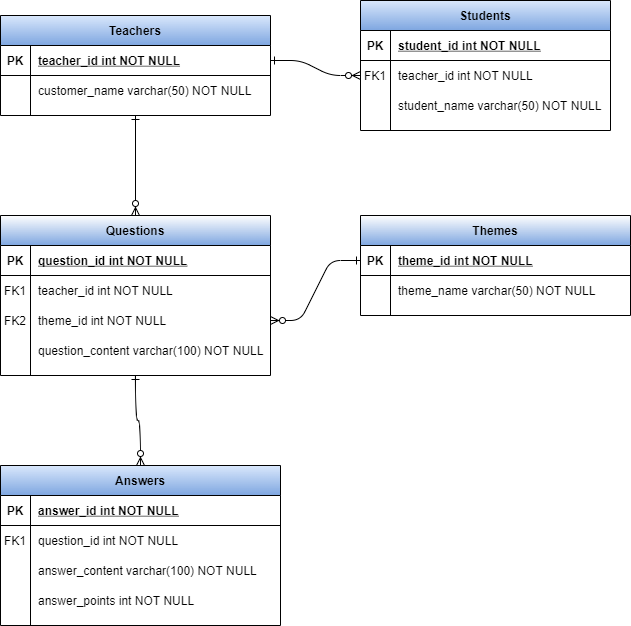
Above: database/Logic-model.png in AdriLorenz/School-chamber (draw.io), before the change. Source tidied: cells renumbered, new cells last; positions are measured from the earlier drawing's top-left corner, leaving out a move shared by most shapes.
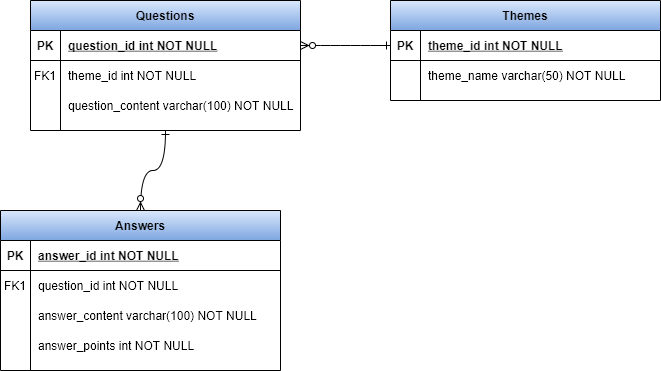
Above is the later version.

What changed in the source:
```diff
@@ -2,41 +2,8 @@
   <root>
     <mxCell id="0" />
     <mxCell id="1" parent="0" />
-    <mxCell id="2" style="edgeStyle=entityRelationEdgeStyle;endArrow=ERzeroToMany;startArrow=ERone;endFill=1;startFill=0;exitX=1;exitY=0.5;exitDx=0;exitDy=0;" parent="1" edge="1" source="27" target="7">
-      <mxGeometry relative="1" as="geometry" />
-    </mxCell>
-    <mxCell id="3" value="Students" style="shape=table;startSize=30;rowLines=0;fontStyle=1;align=center;fillColor=#dae8fc;strokeColor=default;gradientColor=#7ea6e0;" parent="1" vertex="1">
-      <mxGeometry x="360" width="250" height="130" as="geometry" />
-    </mxCell>
-    <mxCell id="4" style="shape=partialRectangle;fillColor=none;top=0;left=0;right=0;bottom=1;" parent="3" vertex="1">
-      <mxGeometry y="30" width="250" height="30" as="geometry" />
-    </mxCell>
-    <mxCell id="5" value="PK" style="shape=partialRectangle;overflow=hidden;fillColor=none;top=0;left=0;bottom=0;right=0;fontStyle=1;" parent="4" vertex="1">
-      <mxGeometry width="30" height="30" as="geometry" />
-    </mxCell>
-    <mxCell id="6" value="student_id int NOT NULL " style="shape=partialRectangle;overflow=hidden;fillColor=none;top=0;left=0;bottom=0;right=0;align=left;spacingLeft=6;fontStyle=5;" parent="4" vertex="1">
-      <mxGeometry x="30" width="220" height="30" as="geometry" />
-    </mxCell>
-    <mxCell id="7" style="shape=partialRectangle;fillColor=none;points=[[0,0.5],[1,0.5]];portConstraint=eastwest;top=0;left=0;right=0;bottom=0;" parent="3" vertex="1">
-      <mxGeometry y="60" width="250" height="30" as="geometry" />
-    </mxCell>
-    <mxCell id="8" value="FK1" style="shape=partialRectangle;overflow=hidden;fillColor=none;top=0;left=0;bottom=0;right=0;" parent="7" vertex="1">
-      <mxGeometry width="30" height="30" as="geometry" />
-    </mxCell>
-    <mxCell id="9" value="teacher_id int NOT NULL" style="shape=partialRectangle;overflow=hidden;fillColor=none;top=0;left=0;bottom=0;right=0;align=left;spacingLeft=6;" parent="7" vertex="1">
-      <mxGeometry x="30" width="220" height="30" as="geometry" />
-    </mxCell>
-    <mxCell id="10" style="shape=partialRectangle;fillColor=none;top=0;left=0;right=0;bottom=0;" parent="3" vertex="1">
-      <mxGeometry y="90" width="250" height="30" as="geometry" />
-    </mxCell>
-    <mxCell id="11" style="shape=partialRectangle;overflow=hidden;fillColor=none;top=0;left=0;bottom=0;right=0;" parent="10" vertex="1">
-      <mxGeometry width="30" height="30" as="geometry" />
-    </mxCell>
-    <mxCell id="12" value="student_name varchar(50) NOT NULL" style="shape=partialRectangle;overflow=hidden;fillColor=none;top=0;left=0;bottom=0;right=0;align=left;spacingLeft=6;" parent="10" vertex="1">
-      <mxGeometry x="30" width="220" height="30" as="geometry" />
-    </mxCell>
-    <mxCell id="13" value="Questions" style="shape=table;startSize=30;rowLines=0;fontStyle=1;align=center;fillColor=default;gradientColor=#7ea6e0;strokeColor=default;" parent="1" vertex="1">
-      <mxGeometry y="215" width="270" height="160" as="geometry" />
+    <mxCell id="13" value="Questions" style="shape=table;startSize=30;rowLines=0;fontStyle=1;align=center;fillColor=#dae8fc;strokeColor=default;gradientColor=#7ea6e0;fontColor=default;" parent="1" vertex="1">
+      <mxGeometry y="215" width="270" height="130" as="geometry" />
     </mxCell>
     <mxCell id="14" style="shape=partialRectangle;fillColor=none;points=[[0,0.5],[1,0.5]];portConstraint=eastwest;top=0;left=0;right=0;bottom=1;" parent="13" vertex="1">
       <mxGeometry y="30" width="270" height="30" as="geometry" />
@@ -47,26 +14,17 @@
     <mxCell id="16" value="question_id int NOT NULL " style="shape=partialRectangle;overflow=hidden;fillColor=none;top=0;left=0;bottom=0;right=0;align=left;spacingLeft=6;fontStyle=5;" parent="14" vertex="1">
       <mxGeometry x="30" width="240" height="30" as="geometry" />
     </mxCell>
-    <mxCell id="17" style="shape=partialRectangle;fillColor=none;top=0;left=0;right=0;bottom=0;" parent="13" vertex="1">
-      <mxGeometry y="60" width="270" height="30" as="geometry" />
-    </mxCell>
-    <mxCell id="18" value="FK1" style="shape=partialRectangle;overflow=hidden;fillColor=none;top=0;left=0;bottom=0;right=0;" parent="17" vertex="1">
-      <mxGeometry width="30" height="30" as="geometry" />
-    </mxCell>
-    <mxCell id="19" value="teacher_id int NOT NULL" style="shape=partialRectangle;overflow=hidden;fillColor=none;top=0;left=0;bottom=0;right=0;align=left;spacingLeft=6;" parent="17" vertex="1">
-      <mxGeometry x="30" width="240" height="30" as="geometry" />
-    </mxCell>
-    <mxCell id="20" style="shape=partialRectangle;fillColor=none;points=[[0,0.5],[1,0.5]];portConstraint=eastwest;top=0;left=0;right=0;bottom=0;" parent="13" vertex="1">
-      <mxGeometry y="90" width="270" height="30" as="geometry" />
+    <mxCell id="20" style="shape=partialRectangle;fillColor=none;points=[[0,0.5],[1,0.5]];portConstraint=eastwest;top=0;left=0;right=0;bottom=0;strokeColor=default;fontColor=default;" parent="13" vertex="1">
+      <mxGeometry y="60" width="270" height="30" as="geometry" />
     </mxCell>
-    <mxCell id="21" value="FK2" style="shape=partialRectangle;overflow=hidden;fillColor=none;top=0;left=0;bottom=0;right=0;" parent="20" vertex="1">
+    <mxCell id="21" value="FK1" style="shape=partialRectangle;overflow=hidden;fillColor=none;top=0;left=0;bottom=0;right=0;fontColor=default;" parent="20" vertex="1">
       <mxGeometry width="30" height="30" as="geometry" />
     </mxCell>
     <mxCell id="22" value="theme_id int NOT NULL" style="shape=partialRectangle;overflow=hidden;fillColor=none;top=0;left=0;bottom=0;right=0;align=left;spacingLeft=6;" parent="20" vertex="1">
       <mxGeometry x="30" width="240" height="30" as="geometry" />
     </mxCell>
     <mxCell id="23" style="shape=partialRectangle;fillColor=none;top=0;left=0;right=0;bottom=0;" parent="13" vertex="1">
-      <mxGeometry y="120" width="270" height="30" as="geometry" />
+      <mxGeometry y="90" width="270" height="30" as="geometry" />
     </mxCell>
     <mxCell id="24" style="shape=partialRectangle;overflow=hidden;fillColor=none;top=0;left=0;bottom=0;right=0;" parent="23" vertex="1">
       <mxGeometry width="30" height="30" as="geometry" />
@@ -74,31 +32,7 @@
     <mxCell id="25" value="question_content varchar(100) NOT NULL" style="shape=partialRectangle;overflow=hidden;fillColor=none;top=0;left=0;bottom=0;right=0;align=left;spacingLeft=6;" parent="23" vertex="1">
       <mxGeometry x="30" width="240" height="30" as="geometry" />
     </mxCell>
-    <mxCell id="26" value="Teachers" style="shape=table;startSize=30;rowLines=0;fontStyle=1;align=center;fillColor=#dae8fc;gradientColor=#7ea6e0;strokeColor=default;" parent="1" vertex="1">
-      <mxGeometry y="15" width="270" height="100" as="geometry" />
-    </mxCell>
-    <mxCell id="27" style="shape=partialRectangle;fillColor=none;points=[[0,0.5],[1,0.5]];portConstraint=eastwest;top=0;left=0;right=0;bottom=1;" parent="26" vertex="1">
-      <mxGeometry y="30" width="270" height="30" as="geometry" />
-    </mxCell>
-    <mxCell id="28" value="PK" style="shape=partialRectangle;overflow=hidden;fillColor=none;top=0;left=0;bottom=0;right=0;fontStyle=1;" parent="27" vertex="1">
-      <mxGeometry width="30" height="30" as="geometry" />
-    </mxCell>
-    <mxCell id="29" value="teacher_id int NOT NULL " style="shape=partialRectangle;overflow=hidden;fillColor=none;top=0;left=0;bottom=0;right=0;align=left;spacingLeft=6;fontStyle=5;" parent="27" vertex="1">
-      <mxGeometry x="30" width="240" height="30" as="geometry" />
-    </mxCell>
-    <mxCell id="30" style="shape=partialRectangle;fillColor=none;top=0;left=0;right=0;bottom=0;" parent="26" vertex="1">
-      <mxGeometry y="60" width="270" height="30" as="geometry" />
-    </mxCell>
-    <mxCell id="31" style="shape=partialRectangle;overflow=hidden;fillColor=none;top=0;left=0;bottom=0;right=0;" parent="30" vertex="1">
-      <mxGeometry width="30" height="30" as="geometry" />
-    </mxCell>
-    <mxCell id="32" value="customer_name varchar(50) NOT NULL" style="shape=partialRectangle;overflow=hidden;fillColor=none;top=0;left=0;bottom=0;right=0;align=left;spacingLeft=6;" parent="30" vertex="1">
-      <mxGeometry x="30" width="240" height="30" as="geometry" />
-    </mxCell>
-    <mxCell id="33" style="edgeStyle=orthogonalEdgeStyle;endArrow=ERzeroToMany;startArrow=ERone;endFill=1;startFill=0;exitX=0.5;exitY=1;exitDx=0;exitDy=0;entryX=0.5;entryY=0;entryDx=0;entryDy=0;targetPerimeterSpacing=0;shadow=0;jumpStyle=none;curved=1;" parent="1" edge="1" source="26" target="13">
-      <mxGeometry relative="1" as="geometry" />
-    </mxCell>
-    <mxCell id="34" value="Themes" style="shape=table;startSize=30;rowLines=0;fontStyle=1;align=center;fillColor=default;gradientColor=#7ea6e0;strokeColor=default;" parent="1" vertex="1">
+    <mxCell id="34" value="Themes" style="shape=table;startSize=30;rowLines=0;fontStyle=1;align=center;fillColor=#dae8fc;gradientColor=#7ea6e0;strokeColor=default;fontColor=default;" parent="1" vertex="1">
       <mxGeometry x="360" y="215" width="270" height="100" as="geometry" />
     </mxCell>
     <mxCell id="35" style="shape=partialRectangle;fillColor=none;points=[[0,0.5],[1,0.5]];portConstraint=eastwest;top=0;left=0;right=0;bottom=1;" parent="34" vertex="1">
@@ -119,11 +53,11 @@
     <mxCell id="40" value="theme_name varchar(50) NOT NULL" style="shape=partialRectangle;overflow=hidden;fillColor=none;top=0;left=0;bottom=0;right=0;align=left;spacingLeft=6;" parent="38" vertex="1">
       <mxGeometry x="30" width="240" height="30" as="geometry" />
     </mxCell>
-    <mxCell id="41" style="edgeStyle=entityRelationEdgeStyle;endArrow=ERzeroToMany;startArrow=ERone;endFill=1;startFill=0;exitX=0;exitY=0.5;exitDx=0;exitDy=0;entryX=1;entryY=0.5;entryDx=0;entryDy=0;" parent="1" edge="1" source="35" target="20">
+    <mxCell id="41" style="edgeStyle=entityRelationEdgeStyle;endArrow=ERzeroToMany;startArrow=ERone;endFill=1;startFill=0;exitX=0;exitY=0.5;exitDx=0;exitDy=0;entryX=1;entryY=0.5;entryDx=0;entryDy=0;strokeColor=default;labelBackgroundColor=default;fontColor=default;" parent="1" edge="1" source="35" target="14">
       <mxGeometry relative="1" as="geometry" />
     </mxCell>
-    <mxCell id="42" value="Answers" style="shape=table;startSize=30;rowLines=0;fontStyle=1;align=center;fillColor=#dae8fc;strokeColor=default;gradientColor=#7ea6e0;" parent="1" vertex="1">
-      <mxGeometry y="465" width="280" height="160" as="geometry" />
+    <mxCell id="42" value="Answers" style="shape=table;startSize=30;rowLines=0;fontStyle=1;align=center;fillColor=#dae8fc;strokeColor=default;gradientColor=#7ea6e0;fontColor=default;" parent="1" vertex="1">
+      <mxGeometry x="-30" y="425" width="280" height="160" as="geometry" />
     </mxCell>
     <mxCell id="43" style="shape=partialRectangle;fillColor=none;top=0;left=0;right=0;bottom=1;" parent="42" vertex="1">
       <mxGeometry y="30" width="280" height="30" as="geometry" />
```
